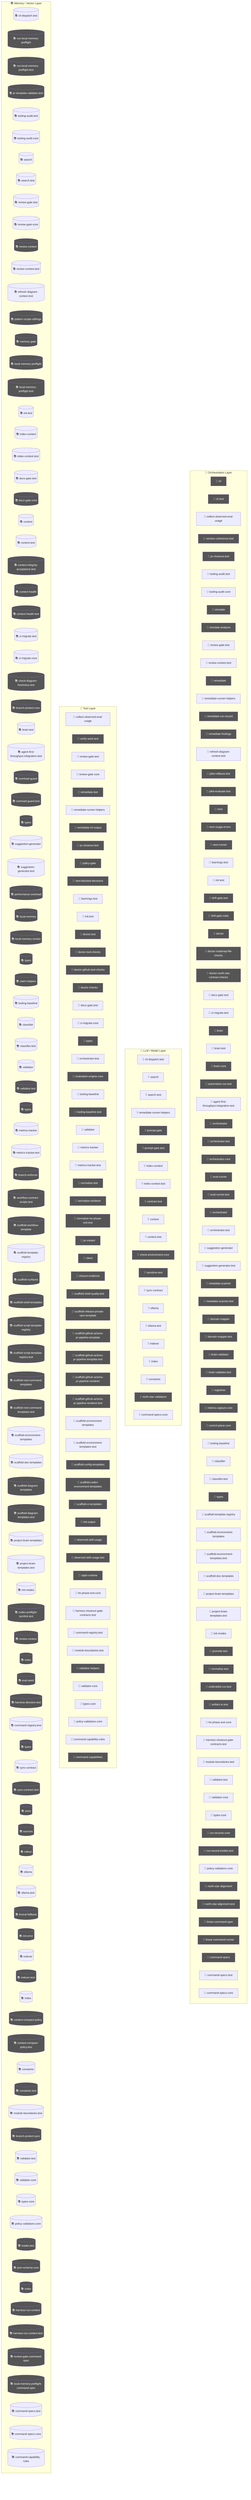
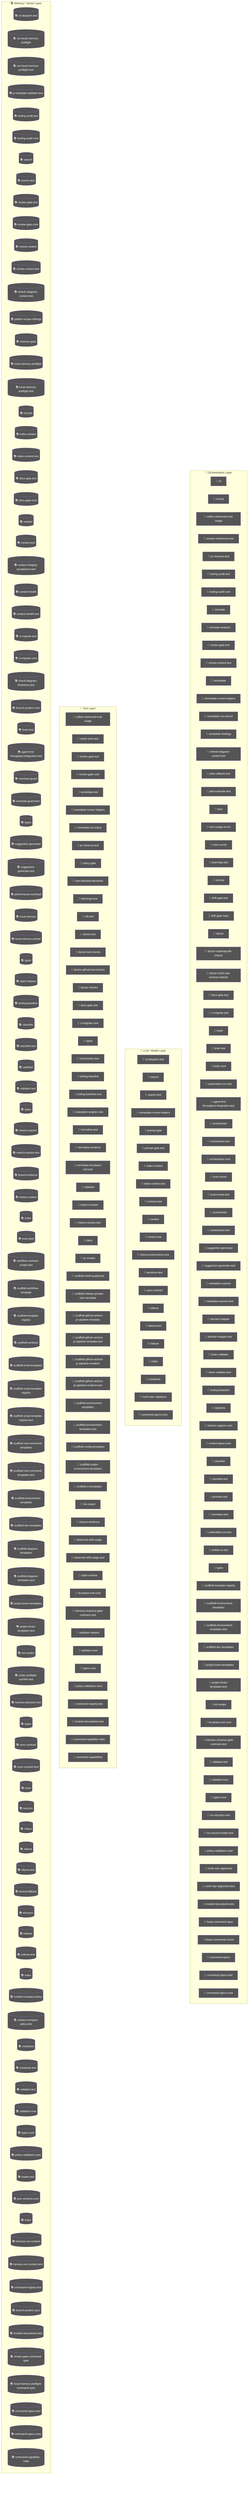
flowchart TD
  subgraph Orchestration["🎯 Orchestration Layer"]
    cli_99bb8840["🤖 cli"]
    cli_test_4851f28b["🤖 cli.test"]
    node_agent_mmd_orchestration_layer_orchestration_coll_37781291["🤖 collect-observed-eval-usage"]
    version_coherence_test_b81c6d8e["🤖 version-coherence.test"]
    pr_closeout_test_12a1ffdd["🤖 pr-closeout.test"]
    node_agent_mmd_orchestration_layer_orchestration_tool_5f9f8adf["🤖 tooling-audit.test"]
    node_agent_mmd_orchestration_layer_orchestration_tool_acfe0c01["🤖 tooling-audit-core"]
    simulate_b9efe395["🤖 simulate"]
    simulate_analysis_164a460c["🤖 simulate-analysis"]
    node_agent_mmd_orchestration_layer_orchestration_revi_ae9f100c["🤖 review-gate.test"]
    node_agent_mmd_orchestration_layer_orchestration_revi_84f25e5b["🤖 review-context.test"]
    remediate_06b9c7fc["🤖 remediate"]
    node_agent_mmd_orchestration_layer_orchestration_reme_359fe98f["🤖 remediate-runner-helpers"]
    remediate_run_record_9dfe5dc1["🤖 remediate-run-record"]
    remediate_findings_8b09c8c6["🤖 remediate-findings"]
    node_agent_mmd_orchestration_layer_orchestration_refr_10a87984["🤖 refresh-diagram-context.test"]
    pilot_rollback_test_e61d5a2b["🤖 pilot-rollback.test"]
    pilot_evaluate_test_a2ac06fc["🤖 pilot-evaluate.test"]
    next_c6c1c9a9["🤖 next"]
    next_usage_errors_837a345a["🤖 next-usage-errors"]
    next_runner_41643472["🤖 next-runner"]
    node_agent_mmd_orchestration_layer_orchestration_lear_5a2a5b08["🤖 learnings.test"]
    node_agent_mmd_orchestration_layer_orchestration_init_daf6ae1b["🤖 init.test"]
    drift_gate_test_816765e3["🤖 drift-gate.test"]
    drift_gate_rules_9685e72d["🤖 drift-gate-rules"]
    doctor_72f4be89["🤖 doctor"]
    doctor_roadmap_file_checks_14447b8e["🤖 doctor-roadmap-file-checks"]
    doctor_north_star_contract_checks_0048124c["🤖 doctor-north-star-contract-checks"]
    node_agent_mmd_orchestration_layer_orchestration_docs_22c7ae60["🤖 docs-gate.test"]
    node_agent_mmd_orchestration_layer_orchestration_ci_m_a6704d8b["🤖 ci-migrate.test"]
    brain_bbbf7a64["🤖 brain"]
    node_agent_mmd_orchestration_layer_orchestration_brai_9c019b6e["🤖 brain.test"]
    brain_core_aa07c380["🤖 brain-core"]
    automation_run_test_7b21d905["🤖 automation-run.test"]
    node_agent_mmd_orchestration_layer_orchestration_agen_eb715f44["🤖 agent-first-throughput.integration.test"]
    orchestrator_11376b7e["🤖 orchestrator"]
    orchestrator_test_18d2fe26["🤖 orchestrator.test"]
    orchestrator_core_d0678b53["🤖 orchestrator-core"]
    eval_runner_0966a6b3["🤖 eval-runner"]
    eval_runner_test_962c8c18["🤖 eval-runner.test"]
    orchestrator_1_6b7137c5["🤖 orchestrator"]
    node_agent_mmd_orchestration_layer_orchestration_orch_af4e7416["🤖 orchestrator.test"]
    node_agent_mmd_orchestration_layer_orchestration_sugg_85c5ebe3["🤖 suggestion-generator"]
    node_agent_mmd_orchestration_layer_orchestration_sugg_d0ad9d8e["🤖 suggestion-generator.test"]
    metadata_scanner_6a101b66["🤖 metadata-scanner"]
    metadata_scanner_test_faee743d["🤖 metadata-scanner.test"]
    domain_mapper_cd9333d2["🤖 domain-mapper"]
    domain_mapper_test_dc5a9896["🤖 domain-mapper.test"]
    brain_validator_be251832["🤖 brain-validator"]
    brain_validator_test_5e40cb72["🤖 brain-validator.test"]
+     node_agent_mmd_orchestration_layer_orchestration_tool_cc43149f["🤖 tooling-baseline"]
    registries_06402afa["🤖 registries"]
    metrics_capture_core_db4bf7cf["🤖 metrics-capture-core"]
    control_plane_core_db3b4cb2["🤖 control-plane-core"]
-     node_agent_mmd_orchestration_layer_orchestration_tool_cc43149f["🤖 tooling-baseline"]
    node_agent_mmd_orchestration_layer_orchestration_clas_899b821a["🤖 classifier"]
    node_agent_mmd_orchestration_layer_orchestration_clas_402e0b3f["🤖 classifier.test"]
+     promote_test_5c615269["🤖 promote.test"]
+     normalise_test_1_6643dd83["🤖 normalise.test"]
+     coderabbit_csv_test_1f36d0a4["🤖 coderabbit-csv.test"]
+     artifact_io_test_aac02da3["🤖 artifact-io.test"]
    types_15_86775c96["🤖 types"]
    node_agent_mmd_orchestration_layer_orchestration_scaf_ff8f92f6["🤖 scaffold-template-registry"]
    node_agent_mmd_orchestration_layer_orchestration_scaf_c9a90c2f["🤖 scaffold-environment-templates"]
    node_agent_mmd_orchestration_layer_orchestration_scaf_78d57a93["🤖 scaffold-environment-templates.test"]
    node_agent_mmd_orchestration_layer_orchestration_scaf_12cc07db["🤖 scaffold-doc-templates"]
    node_agent_mmd_orchestration_layer_orchestration_proj_6ab6f60f["🤖 project-brain-templates"]
    node_agent_mmd_orchestration_layer_orchestration_proj_d78b2f4f["🤖 project-brain-templates.test"]
    node_agent_mmd_orchestration_layer_orchestration_init_2a9c3ecb["🤖 init-modes"]
-     promote_test_5c615269["🤖 promote.test"]
-     normalise_test_1_6643dd83["🤖 normalise.test"]
-     coderabbit_csv_test_1f36d0a4["🤖 coderabbit-csv.test"]
-     artifact_io_test_aac02da3["🤖 artifact-io.test"]
    node_agent_mmd_orchestration_layer_orchestration_he_p_fc778c24["🤖 he-phase-exit-core"]
    node_agent_mmd_orchestration_layer_orchestration_harn_7761fad1["🤖 harness-closeout-gate-contracts.test"]
-     node_agent_mmd_orchestration_layer_orchestration_modu_72373e29["🤖 module-boundaries.test"]
    node_agent_mmd_orchestration_layer_orchestration_vali_a3b17e45["🤖 validator.test"]
    node_agent_mmd_orchestration_layer_orchestration_vali_d9fe99e6["🤖 validator-core"]
    node_agent_mmd_orchestration_layer_orchestration_type_7cf81261["🤖 types-core"]
    run_records_core_89286dfa["🤖 run-records-core"]
    run_record_emitter_test_5475c0da["🤖 run-record-emitter.test"]
    node_agent_mmd_orchestration_layer_orchestration_poli_3270b55d["🤖 policy-validators-core"]
    north_star_alignment_00440188["🤖 north-star-alignment"]
    north_star_alignment_test_3ae1d69b["🤖 north-star-alignment.test"]
+     node_agent_mmd_orchestration_layer_orchestration_modu_72373e29["🤖 module-boundaries.test"]
    linear_command_spec_1e12dd44["🤖 linear-command-spec"]
    linear_command_runner_4a740dfc["🤖 linear-command-runner"]
    command_specs_69167c63["🤖 command-specs"]
    node_agent_mmd_orchestration_layer_orchestration_comm_a137ef0a["🤖 command-specs.test"]
    node_agent_mmd_orchestration_layer_orchestration_comm_1f8cc24c["🤖 command-specs-core"]
  end
  subgraph LLMLayer["🧠 LLM / Model Layer"]
    node_agent_mmd_llm_model_layer_llmlayer_cli_dispatch__7ecbc6e7["💡 cli-dispatch.test"]
    node_agent_mmd_llm_model_layer_llmlayer_search_search_66b9a911["💡 search"]
    node_agent_mmd_llm_model_layer_llmlayer_search_test_s_72d50705["💡 search.test"]
    node_agent_mmd_llm_model_layer_llmlayer_remediate_run_9e3d4585["💡 remediate-runner-helpers"]
    prompt_gate_c5e9d207["💡 prompt-gate"]
    prompt_gate_test_1a442b27["💡 prompt-gate.test"]
    node_agent_mmd_llm_model_layer_llmlayer_index_context_1041bd11["💡 index-context"]
    node_agent_mmd_llm_model_layer_llmlayer_index_context_7e927b45["💡 index-context.test"]
    contract_test_2262847f["💡 contract.test"]
    node_agent_mmd_llm_model_layer_llmlayer_context_conte_ad2dfbd9["💡 context"]
    node_agent_mmd_llm_model_layer_llmlayer_context_test__32277db3["💡 context.test"]
    check_environment_core_2c16213f["💡 check-environment-core"]
    sensitive_text_7c11f760["💡 sensitive-text"]
    node_agent_mmd_llm_model_layer_llmlayer_sync_contract_9f3cc8c1["💡 sync-contract"]
    node_agent_mmd_llm_model_layer_llmlayer_ollama_ollama_968b23fa["💡 ollama"]
    node_agent_mmd_llm_model_layer_llmlayer_ollama_test_o_d62a0b5a["💡 ollama.test"]
    node_agent_mmd_llm_model_layer_llmlayer_indexer_index_4f4deef5["💡 indexer"]
    node_agent_mmd_llm_model_layer_llmlayer_index_index_1_02e160ff["💡 index"]
    node_agent_mmd_llm_model_layer_llmlayer_constants_con_c9bd3f6c["💡 constants"]
    north_star_validators_cfc926ce["💡 north-star-validators"]
    node_agent_mmd_llm_model_layer_llmlayer_command_specs_782af9fa["💡 command-specs-core"]
  end
  subgraph ToolLayer["🔧 Tool Layer"]
    node_agent_mmd_tool_layer_toollayer_collect_observed__f30f627d["🔧 collect-observed-eval-usage"]
    verify_work_test_0e12f6c5["🔧 verify-work.test"]
    node_agent_mmd_tool_layer_toollayer_review_gate_test__548e6c28["🔧 review-gate.test"]
    node_agent_mmd_tool_layer_toollayer_review_gate_core__7704598b["🔧 review-gate-core"]
    remediate_test_6f59cafe["🔧 remediate.test"]
    node_agent_mmd_tool_layer_toollayer_remediate_runner__c003b871["🔧 remediate-runner-helpers"]
    remediate_cli_output_cc165396["🔧 remediate-cli-output"]
    pr_closeout_test_1_be1a0df1["🔧 pr-closeout.test"]
    policy_gate_213f7313["🔧 policy-gate"]
    next_blocked_decisions_4140ad2b["🔧 next-blocked-decisions"]
    node_agent_mmd_tool_layer_toollayer_learnings_test_le_d61f175f["🔧 learnings.test"]
    node_agent_mmd_tool_layer_toollayer_init_test_init_te_ae014ee3["🔧 init.test"]
    doctor_test_e032e8b5["🔧 doctor.test"]
    doctor_tool_checks_4acac51a["🔧 doctor-tool-checks"]
    doctor_github_tool_checks_a53b0382["🔧 doctor-github-tool-checks"]
    doctor_checks_5a2eb2b9["🔧 doctor-checks"]
    node_agent_mmd_tool_layer_toollayer_docs_gate_test_do_ca0c4c21["🔧 docs-gate.test"]
    node_agent_mmd_tool_layer_toollayer_ci_migrate_core_c_049f8460["🔧 ci-migrate-core"]
-     types_2_d9bc6e7a["🔧 types"]
+     types_1_4ecdf56e["🔧 types"]
    node_agent_mmd_tool_layer_toollayer_orchestrator_test_b563c528["🔧 orchestrator.test"]
-     evaluation_engine_core_e054fe49["🔧 evaluation-engine-core"]
    node_agent_mmd_tool_layer_toollayer_tooling_baseline__61e66e9f["🔧 tooling-baseline"]
    tooling_baseline_test_d272ddb6["🔧 tooling-baseline.test"]
+     evaluation_engine_core_e054fe49["🔧 evaluation-engine-core"]
+     normalise_test_73e8a615["🔧 normalise.test"]
+     normalise_renderer_85f2e563["🔧 normalise-renderer"]
+     normalise_he_phase_exit_test_1788efc4["🔧 normalise-he-phase-exit.test"]
    node_agent_mmd_tool_layer_toollayer_validator_validat_96a84a52["🔧 validator"]
    node_agent_mmd_tool_layer_toollayer_metrics_tracker_m_4c9237d8["🔧 metrics-tracker"]
    node_agent_mmd_tool_layer_toollayer_metrics_tracker_t_8947b778["🔧 metrics-tracker.test"]
-     normalise_test_73e8a615["🔧 normalise.test"]
-     normalise_renderer_85f2e563["🔧 normalise-renderer"]
-     normalise_he_phase_exit_test_1788efc4["🔧 normalise-he-phase-exit.test"]
+     client_1_914e1681["🔧 client"]
    pr_creator_dc6b1ea4["🔧 pr-creator"]
-     client_1_914e1681["🔧 client"]
-     closure_evidence_aaa31467["🔧 closure-evidence"]
    scaffold_shell_quality_test_79567d03["🔧 scaffold-shell-quality.test"]
    scaffold_release_private_npm_template_075499f8["🔧 scaffold-release-private-npm-template"]
    scaffold_github_actions_pr_pipeline_template_e2b85f62["🔧 scaffold-github-actions-pr-pipeline-template"]
    scaffold_github_actions_pr_pipeline_template_test_be464a7b["🔧 scaffold-github-actions-pr-pipeline-template.test"]
    scaffold_github_actions_pr_pipeline_renderer_1ee18de5["🔧 scaffold-github-actions-pr-pipeline-renderer"]
    scaffold_github_actions_pr_pipeline_renderer_test_2cc38272["🔧 scaffold-github-actions-pr-pipeline-renderer.test"]
    node_agent_mmd_tool_layer_toollayer_scaffold_environm_c1afc013["🔧 scaffold-environment-templates"]
    node_agent_mmd_tool_layer_toollayer_scaffold_environm_1a8f8168["🔧 scaffold-environment-templates.test"]
    scaffold_config_templates_4b80ce53["🔧 scaffold-config-templates"]
    scaffold_codex_environment_templates_334fbbed["🔧 scaffold-codex-environment-templates"]
    scaffold_ci_templates_2afd6392["🔧 scaffold-ci-templates"]
    init_output_360dce91["🔧 init-output"]
+     closure_evidence_aaa31467["🔧 closure-evidence"]
    observed_skill_usage_ed7d5930["🔧 observed-skill-usage"]
    observed_skill_usage_test_311c215a["🔧 observed-skill-usage.test"]
    ralph_runtime_73d63c0e["🔧 ralph-runtime"]
    node_agent_mmd_tool_layer_toollayer_he_phase_exit_cor_af016160["🔧 he-phase-exit-core"]
    node_agent_mmd_tool_layer_toollayer_harness_closeout__df9d1dab["🔧 harness-closeout-gate-contracts.test"]
-     node_agent_mmd_tool_layer_toollayer_command_registry__cce57abe["🔧 command-registry.test"]
-     node_agent_mmd_tool_layer_toollayer_module_boundaries_fecf90b5["🔧 module-boundaries.test"]
    validator_helpers_7b927667["🔧 validator-helpers"]
    node_agent_mmd_tool_layer_toollayer_validator_core_va_6ef6131f["🔧 validator-core"]
    node_agent_mmd_tool_layer_toollayer_types_core_types__6c8319b6["🔧 types-core"]
    node_agent_mmd_tool_layer_toollayer_policy_validators_af136abf["🔧 policy-validators-core"]
+     node_agent_mmd_tool_layer_toollayer_command_registry__cce57abe["🔧 command-registry.test"]
+     node_agent_mmd_tool_layer_toollayer_module_boundaries_fecf90b5["🔧 module-boundaries.test"]
    node_agent_mmd_tool_layer_toollayer_command_capabilit_e97a4615["🔧 command-capability-rules"]
    command_capabilities_a4d5c71e["🔧 command-capabilities"]
  end
  subgraph MemoryLayer["📚 Memory / Vector Layer"]
    node_agent_mmd_memory_vector_layer_memorylayer_cli_di_c121353b[("📚 cli-dispatch.test")]
    run_local_memory_preflight_36e92808[("📚 run-local-memory-preflight")]
    run_local_memory_preflight_test_1d7c5aa0[("📚 run-local-memory-preflight.test")]
    pr_template_validator_test_569b1cef[("📚 pr-template-validator.test")]
    node_agent_mmd_memory_vector_layer_memorylayer_toolin_48be0fc9[("📚 tooling-audit.test")]
    node_agent_mmd_memory_vector_layer_memorylayer_toolin_a1185b8f[("📚 tooling-audit-core")]
    node_agent_mmd_memory_vector_layer_memorylayer_search_ac35cb7e[("📚 search")]
    node_agent_mmd_memory_vector_layer_memorylayer_search_ebbe6c53[("📚 search.test")]
    node_agent_mmd_memory_vector_layer_memorylayer_review_e0e0b257[("📚 review-gate.test")]
    node_agent_mmd_memory_vector_layer_memorylayer_review_5bee9816[("📚 review-gate-core")]
    review_context_ca6cf81d[("📚 review-context")]
    node_agent_mmd_memory_vector_layer_memorylayer_review_3255d3cf[("📚 review-context.test")]
    node_agent_mmd_memory_vector_layer_memorylayer_refres_b1a0f415[("📚 refresh-diagram-context.test")]
    pattern_scope_siblings_43abe000[("📚 pattern-scope-siblings")]
    memory_gate_a577a506[("📚 memory-gate")]
    local_memory_preflight_dcc36c42[("📚 local-memory-preflight")]
    local_memory_preflight_test_5e323bbf[("📚 local-memory-preflight.test")]
    node_agent_mmd_memory_vector_layer_memorylayer_init_t_bac0fb9d[("📚 init.test")]
    node_agent_mmd_memory_vector_layer_memorylayer_index__6f3402d0[("📚 index-context")]
    node_agent_mmd_memory_vector_layer_memorylayer_index__46fc46d7[("📚 index-context.test")]
    node_agent_mmd_memory_vector_layer_memorylayer_docs_g_2ab7a620[("📚 docs-gate.test")]
    docs_gate_core_eb9b6c18[("📚 docs-gate-core")]
    node_agent_mmd_memory_vector_layer_memorylayer_contex_78ceaaa9[("📚 context")]
    node_agent_mmd_memory_vector_layer_memorylayer_contex_4e7cab00[("📚 context.test")]
    context_integrity_acceptance_test_59f961b1[("📚 context-integrity-acceptance.test")]
    context_health_80bb7da9[("📚 context-health")]
    context_health_test_3b5b87f3[("📚 context-health.test")]
    node_agent_mmd_memory_vector_layer_memorylayer_ci_mig_df76706f[("📚 ci-migrate.test")]
    node_agent_mmd_memory_vector_layer_memorylayer_ci_mig_0cd5b1a4[("📚 ci-migrate-core")]
    check_diagram_freshness_test_c1dc40aa[("📚 check-diagram-freshness.test")]
    branch_protect_core_a8feb0fd[("📚 branch-protect-core")]
    node_agent_mmd_memory_vector_layer_memorylayer_brain__80b5ea48[("📚 brain.test")]
    node_agent_mmd_memory_vector_layer_memorylayer_agent__6f084ab8[("📚 agent-first-throughput.integration.test")]
    overload_guard_2748c559[("📚 overload-guard")]
    overload_guard_test_6ece9f86[("📚 overload-guard.test")]
-     types_4_822d0f88[("📚 types")]
+     types_3_9675d69b[("📚 types")]
    node_agent_mmd_memory_vector_layer_memorylayer_sugges_267f408d[("📚 suggestion-generator")]
    node_agent_mmd_memory_vector_layer_memorylayer_sugges_b043d150[("📚 suggestion-generator.test")]
    performance_overload_c685bfcf[("📚 performance-overload")]
    local_memory_0db17ecc[("📚 local-memory")]
    local_memory_smoke_1175abfc[("📚 local-memory-smoke")]
-     types_10_75e5a4a0[("📚 types")]
+     types_8_f6283648[("📚 types")]
    claim_helpers_20dc8387[("📚 claim-helpers")]
    node_agent_mmd_memory_vector_layer_memorylayer_toolin_14f86b00[("📚 tooling-baseline")]
    node_agent_mmd_memory_vector_layer_memorylayer_classi_1ebbf5ff[("📚 classifier")]
    node_agent_mmd_memory_vector_layer_memorylayer_classi_58e617e7[("📚 classifier.test")]
    node_agent_mmd_memory_vector_layer_memorylayer_valida_1b167f63[("📚 validator")]
    validator_test_1_c5015ca0[("📚 validator.test")]
-     types_11_4be3ee64[("📚 types")]
+     types_12_2b09659a[("📚 types")]
    node_agent_mmd_memory_vector_layer_memorylayer_metric_12562178[("📚 metrics-tracker")]
    node_agent_mmd_memory_vector_layer_memorylayer_metric_74129788[("📚 metrics-tracker.test")]
    branch_enforcer_acb749cd[("📚 branch-enforcer")]
+     review_context_1_e3afed15[("📚 review-context")]
+     index_2_10143590[("📚 index")]
+     eval_seed_5699fd3e[("📚 eval-seed")]
    workflow_contract_scripts_test_681e2e3c[("📚 workflow-contract-scripts.test")]
    scaffold_workflow_template_92310587[("📚 scaffold-workflow-template")]
    node_agent_mmd_memory_vector_layer_memorylayer_scaffo_a86eece1[("📚 scaffold-template-registry")]
    scaffold_surfaces_12d6494e[("📚 scaffold-surfaces")]
    scaffold_shell_templates_0ad0f915[("📚 scaffold-shell-templates")]
    scaffold_script_template_registry_69312d4e[("📚 scaffold-script-template-registry")]
    scaffold_script_template_registry_test_6a8ebefe[("📚 scaffold-script-template-registry.test")]
    scaffold_root_command_templates_404fed7f[("📚 scaffold-root-command-templates")]
    scaffold_root_command_templates_test_14596939[("📚 scaffold-root-command-templates.test")]
    node_agent_mmd_memory_vector_layer_memorylayer_scaffo_12b42341[("📚 scaffold-environment-templates")]
    node_agent_mmd_memory_vector_layer_memorylayer_scaffo_5fd73b94[("📚 scaffold-doc-templates")]
    scaffold_diagram_templates_dd88e83c[("📚 scaffold-diagram-templates")]
    scaffold_diagram_templates_test_f3774c28[("📚 scaffold-diagram-templates.test")]
    node_agent_mmd_memory_vector_layer_memorylayer_projec_3ae304d9[("📚 project-brain-templates")]
    node_agent_mmd_memory_vector_layer_memorylayer_projec_6048335b[("📚 project-brain-templates.test")]
    node_agent_mmd_memory_vector_layer_memorylayer_init_m_333d02c5[("📚 init-modes")]
    codex_preflight_symlink_test_037558db[("📚 codex-preflight-symlink.test")]
-     review_context_1_e3afed15[("📚 review-context")]
-     index_4_013aa0e3[("📚 index")]
-     eval_seed_5699fd3e[("📚 eval-seed")]
    harness_decision_test_7e5a4fe5[("📚 harness-decision.test")]
-     node_agent_mmd_memory_vector_layer_memorylayer_comman_362247bb[("📚 command-registry.test")]
    types_18_37582e2a[("📚 types")]
    node_agent_mmd_memory_vector_layer_memorylayer_sync_c_e43418bc[("📚 sync-contract")]
    sync_contract_test_5dc3165c[("📚 sync-contract.test")]
    store_824d80d7[("📚 store")]
    sources_1_e133d97d[("📚 sources")]
    rollout_a4fa034c[("📚 rollout")]
    node_agent_mmd_memory_vector_layer_memorylayer_ollama_6d51be16[("📚 ollama")]
    node_agent_mmd_memory_vector_layer_memorylayer_ollama_d800c0c4[("📚 ollama.test")]
    lexical_fallback_723e2b3e[("📚 lexical-fallback")]
    init_error_5c7dd49f[("📚 init-error")]
    node_agent_mmd_memory_vector_layer_memorylayer_indexe_93e6d86f[("📚 indexer")]
    indexer_test_d492f0aa[("📚 indexer.test")]
    node_agent_mmd_memory_vector_layer_memorylayer_index__752bc61e[("📚 index")]
    context_compact_policy_3dcaf95d[("📚 context-compact-policy")]
    context_compact_policy_test_da148267[("📚 context-compact-policy.test")]
    node_agent_mmd_memory_vector_layer_memorylayer_consta_702d3f46[("📚 constants")]
    constants_test_5492ae98[("📚 constants.test")]
-     node_agent_mmd_memory_vector_layer_memorylayer_module_9bfd18b1[("📚 module-boundaries.test")]
-     branch_protect_sync_570adb18[("📚 branch-protect-sync")]
    node_agent_mmd_memory_vector_layer_memorylayer_valida_caacfcdf[("📚 validator.test")]
    node_agent_mmd_memory_vector_layer_memorylayer_valida_41034356[("📚 validator-core")]
    node_agent_mmd_memory_vector_layer_memorylayer_types__83f369fa[("📚 types-core")]
    node_agent_mmd_memory_vector_layer_memorylayer_policy_1944de42[("📚 policy-validators-core")]
    loader_test_03424671[("📚 loader.test")]
    json_schema_core_96d7e328[("📚 json-schema-core")]
    index_6_fc9e91e2[("📚 index")]
    harness_run_context_ac7c77a9[("📚 harness-run-context")]
    harness_run_context_test_c6937fed[("📚 harness-run-context.test")]
+     node_agent_mmd_memory_vector_layer_memorylayer_comman_362247bb[("📚 command-registry.test")]
+     branch_protect_sync_570adb18[("📚 branch-protect-sync")]
+     node_agent_mmd_memory_vector_layer_memorylayer_module_9bfd18b1[("📚 module-boundaries.test")]
    review_gate_command_spec_3187376a[("📚 review-gate-command-spec")]
    local_memory_preflight_command_spec_9e23f3ce[("📚 local-memory-preflight-command-spec")]
    node_agent_mmd_memory_vector_layer_memorylayer_comman_d36d1650[("📚 command-specs.test")]
    node_agent_mmd_memory_vector_layer_memorylayer_comman_111eb454[("📚 command-specs-core")]
    node_agent_mmd_memory_vector_layer_memorylayer_comman_c72a5d05[("📚 command-capability-rules")]
  end
  classDef agentNode fill:#555,color:#fff
-   class cli_99bb8840,cli_test_4851f28b,collect_observed_eval_usage_1724425c,version_coherence_test_b81c6d8e,pr_closeout_test_12a1ffdd,tooling_audit_test_d2aee28c,tooling_audit_core_328d6a41,simulate_b9efe395,simulate_analysis_164a460c,review_gate_test_000e2ed6,review_context_test_89806d6c,remediate_06b9c7fc,remediate_runner_helpers_929fedcc,remediate_run_record_9dfe5dc1,remediate_findings_8b09c8c6,refresh_diagram_context_test_03bf21c4,pilot_rollback_test_e61d5a2b,pilot_evaluate_test_a2ac06fc,next_c6c1c9a9,next_usage_errors_837a345a,next_runner_41643472,learnings_test_e45e0253,init_test_cbba76a6,drift_gate_test_816765e3,drift_gate_rules_9685e72d,doctor_72f4be89,doctor_roadmap_file_checks_14447b8e,doctor_north_star_contract_checks_0048124c,docs_gate_test_a25e972f,ci_migrate_test_2a015bb9,brain_bbbf7a64,brain_test_428d4d67,brain_core_aa07c380,automation_run_test_7b21d905,agent_first_throughput_integration_test_dc677cc4,orchestrator_11376b7e,orchestrator_test_18d2fe26,orchestrator_core_d0678b53,eval_runner_0966a6b3,eval_runner_test_962c8c18,orchestrator_1_6b7137c5,orchestrator_test_1_c291cde7,suggestion_generator_0956f794,suggestion_generator_test_f68e9892,metadata_scanner_6a101b66,metadata_scanner_test_faee743d,domain_mapper_cd9333d2,domain_mapper_test_dc5a9896,brain_validator_be251832,brain_validator_test_5e40cb72,registries_06402afa,metrics_capture_core_db4bf7cf,control_plane_core_db3b4cb2,tooling_baseline_50ab2eeb,classifier_fe1991a9,classifier_test_3859cceb,types_15_86775c96,scaffold_template_registry_b1cce2aa,scaffold_environment_templates_c1ceba6a,scaffold_environment_templates_test_b31b6a0c,scaffold_doc_templates_f6152330,project_brain_templates_7ef51530,project_brain_templates_test_0b6509f2,init_modes_c05ceb07,promote_test_5c615269,normalise_test_1_6643dd83,coderabbit_csv_test_1f36d0a4,artifact_io_test_aac02da3,he_phase_exit_core_1148895b,harness_closeout_gate_contracts_test_db1c74a7,module_boundaries_test_c0caf46b,validator_test_5_2bb3219d,validator_core_1_1518647e,types_core_1_8bd0f8fd,run_records_core_89286dfa,run_record_emitter_test_5475c0da,policy_validators_core_714a3fe7,north_star_alignment_00440188,north_star_alignment_test_3ae1d69b,linear_command_spec_1e12dd44,linear_command_runner_4a740dfc,command_specs_69167c63,command_specs_test_7f693e85,command_specs_core_1c0ffc99 agentNode
+   class cli_99bb8840,cli_test_4851f28b,node_agent_mmd_orchestration_layer_orchestration_coll_37781291,node_agent_mmd_tool_layer_toollayer_collect_observed__f30f627d,version_coherence_test_b81c6d8e,pr_closeout_test_12a1ffdd,node_agent_mmd_orchestration_layer_orchestration_tool_5f9f8adf,node_agent_mmd_memory_vector_layer_memorylayer_toolin_48be0fc9,node_agent_mmd_orchestration_layer_orchestration_tool_acfe0c01,node_agent_mmd_memory_vector_layer_memorylayer_toolin_a1185b8f,simulate_b9efe395,simulate_analysis_164a460c,node_agent_mmd_orchestration_layer_orchestration_revi_ae9f100c,node_agent_mmd_tool_layer_toollayer_review_gate_test__548e6c28,node_agent_mmd_memory_vector_layer_memorylayer_review_e0e0b257,node_agent_mmd_orchestration_layer_orchestration_revi_84f25e5b,node_agent_mmd_memory_vector_layer_memorylayer_review_3255d3cf,remediate_06b9c7fc,node_agent_mmd_orchestration_layer_orchestration_reme_359fe98f,node_agent_mmd_llm_model_layer_llmlayer_remediate_run_9e3d4585,node_agent_mmd_tool_layer_toollayer_remediate_runner__c003b871,remediate_run_record_9dfe5dc1,remediate_findings_8b09c8c6,node_agent_mmd_orchestration_layer_orchestration_refr_10a87984,node_agent_mmd_memory_vector_layer_memorylayer_refres_b1a0f415,pilot_rollback_test_e61d5a2b,pilot_evaluate_test_a2ac06fc,next_c6c1c9a9,next_usage_errors_837a345a,next_runner_41643472,node_agent_mmd_orchestration_layer_orchestration_lear_5a2a5b08,node_agent_mmd_tool_layer_toollayer_learnings_test_le_d61f175f,node_agent_mmd_orchestration_layer_orchestration_init_daf6ae1b,node_agent_mmd_tool_layer_toollayer_init_test_init_te_ae014ee3,node_agent_mmd_memory_vector_layer_memorylayer_init_t_bac0fb9d,drift_gate_test_816765e3,drift_gate_rules_9685e72d,doctor_72f4be89,doctor_roadmap_file_checks_14447b8e,doctor_north_star_contract_checks_0048124c,node_agent_mmd_orchestration_layer_orchestration_docs_22c7ae60,node_agent_mmd_tool_layer_toollayer_docs_gate_test_do_ca0c4c21,node_agent_mmd_memory_vector_layer_memorylayer_docs_g_2ab7a620,node_agent_mmd_orchestration_layer_orchestration_ci_m_a6704d8b,node_agent_mmd_memory_vector_layer_memorylayer_ci_mig_df76706f,brain_bbbf7a64,node_agent_mmd_orchestration_layer_orchestration_brai_9c019b6e,node_agent_mmd_memory_vector_layer_memorylayer_brain__80b5ea48,brain_core_aa07c380,automation_run_test_7b21d905,node_agent_mmd_orchestration_layer_orchestration_agen_eb715f44,node_agent_mmd_memory_vector_layer_memorylayer_agent__6f084ab8,orchestrator_11376b7e,orchestrator_test_18d2fe26,orchestrator_core_d0678b53,eval_runner_0966a6b3,eval_runner_test_962c8c18,orchestrator_1_6b7137c5,node_agent_mmd_orchestration_layer_orchestration_orch_af4e7416,node_agent_mmd_tool_layer_toollayer_orchestrator_test_b563c528,node_agent_mmd_orchestration_layer_orchestration_sugg_85c5ebe3,node_agent_mmd_memory_vector_layer_memorylayer_sugges_267f408d,node_agent_mmd_orchestration_layer_orchestration_sugg_d0ad9d8e,node_agent_mmd_memory_vector_layer_memorylayer_sugges_b043d150,metadata_scanner_6a101b66,metadata_scanner_test_faee743d,domain_mapper_cd9333d2,domain_mapper_test_dc5a9896,brain_validator_be251832,brain_validator_test_5e40cb72,node_agent_mmd_orchestration_layer_orchestration_tool_cc43149f,node_agent_mmd_tool_layer_toollayer_tooling_baseline__61e66e9f,node_agent_mmd_memory_vector_layer_memorylayer_toolin_14f86b00,registries_06402afa,metrics_capture_core_db4bf7cf,control_plane_core_db3b4cb2,node_agent_mmd_orchestration_layer_orchestration_clas_899b821a,node_agent_mmd_memory_vector_layer_memorylayer_classi_1ebbf5ff,node_agent_mmd_orchestration_layer_orchestration_clas_402e0b3f,node_agent_mmd_memory_vector_layer_memorylayer_classi_58e617e7,promote_test_5c615269,normalise_test_1_6643dd83,coderabbit_csv_test_1f36d0a4,artifact_io_test_aac02da3,types_15_86775c96,node_agent_mmd_orchestration_layer_orchestration_scaf_ff8f92f6,node_agent_mmd_memory_vector_layer_memorylayer_scaffo_a86eece1,node_agent_mmd_orchestration_layer_orchestration_scaf_c9a90c2f,node_agent_mmd_tool_layer_toollayer_scaffold_environm_c1afc013,node_agent_mmd_memory_vector_layer_memorylayer_scaffo_12b42341,node_agent_mmd_orchestration_layer_orchestration_scaf_78d57a93,node_agent_mmd_tool_layer_toollayer_scaffold_environm_1a8f8168,node_agent_mmd_orchestration_layer_orchestration_scaf_12cc07db,node_agent_mmd_memory_vector_layer_memorylayer_scaffo_5fd73b94,node_agent_mmd_orchestration_layer_orchestration_proj_6ab6f60f,node_agent_mmd_memory_vector_layer_memorylayer_projec_3ae304d9,node_agent_mmd_orchestration_layer_orchestration_proj_d78b2f4f,node_agent_mmd_memory_vector_layer_memorylayer_projec_6048335b,node_agent_mmd_orchestration_layer_orchestration_init_2a9c3ecb,node_agent_mmd_memory_vector_layer_memorylayer_init_m_333d02c5,node_agent_mmd_orchestration_layer_orchestration_he_p_fc778c24,node_agent_mmd_tool_layer_toollayer_he_phase_exit_cor_af016160,node_agent_mmd_orchestration_layer_orchestration_harn_7761fad1,node_agent_mmd_tool_layer_toollayer_harness_closeout__df9d1dab,node_agent_mmd_orchestration_layer_orchestration_vali_a3b17e45,node_agent_mmd_memory_vector_layer_memorylayer_valida_caacfcdf,node_agent_mmd_orchestration_layer_orchestration_vali_d9fe99e6,node_agent_mmd_tool_layer_toollayer_validator_core_va_6ef6131f,node_agent_mmd_memory_vector_layer_memorylayer_valida_41034356,node_agent_mmd_orchestration_layer_orchestration_type_7cf81261,node_agent_mmd_tool_layer_toollayer_types_core_types__6c8319b6,node_agent_mmd_memory_vector_layer_memorylayer_types__83f369fa,run_records_core_89286dfa,run_record_emitter_test_5475c0da,node_agent_mmd_orchestration_layer_orchestration_poli_3270b55d,node_agent_mmd_tool_layer_toollayer_policy_validators_af136abf,node_agent_mmd_memory_vector_layer_memorylayer_policy_1944de42,north_star_alignment_00440188,north_star_alignment_test_3ae1d69b,node_agent_mmd_orchestration_layer_orchestration_modu_72373e29,node_agent_mmd_tool_layer_toollayer_module_boundaries_fecf90b5,node_agent_mmd_memory_vector_layer_memorylayer_module_9bfd18b1,linear_command_spec_1e12dd44,linear_command_runner_4a740dfc,command_specs_69167c63,node_agent_mmd_orchestration_layer_orchestration_comm_a137ef0a,node_agent_mmd_memory_vector_layer_memorylayer_comman_d36d1650,node_agent_mmd_orchestration_layer_orchestration_comm_1f8cc24c,node_agent_mmd_llm_model_layer_llmlayer_command_specs_782af9fa,node_agent_mmd_memory_vector_layer_memorylayer_comman_111eb454 agentNode
  classDef llmNode fill:#555,color:#fff
-   class cli_dispatch_test_54c9f17b,search_24193290,search_test_0c66bc11,remediate_runner_helpers_929fedcc,prompt_gate_c5e9d207,prompt_gate_test_1a442b27,index_context_de3ed39d,index_context_test_1949ea6f,contract_test_2262847f,context_ea7792a2,context_test_57aad306,check_environment_core_2c16213f,sensitive_text_7c11f760,sync_contract_c79fa191,ollama_76e3c7bf,ollama_test_71f9750e,indexer_70fa78e5,index_5_522f772a,constants_7517017f,north_star_validators_cfc926ce,command_specs_core_1c0ffc99 llmNode
+   class node_agent_mmd_llm_model_layer_llmlayer_cli_dispatch__7ecbc6e7,node_agent_mmd_memory_vector_layer_memorylayer_cli_di_c121353b,node_agent_mmd_llm_model_layer_llmlayer_search_search_66b9a911,node_agent_mmd_memory_vector_layer_memorylayer_search_ac35cb7e,node_agent_mmd_llm_model_layer_llmlayer_search_test_s_72d50705,node_agent_mmd_memory_vector_layer_memorylayer_search_ebbe6c53,node_agent_mmd_orchestration_layer_orchestration_reme_359fe98f,node_agent_mmd_llm_model_layer_llmlayer_remediate_run_9e3d4585,node_agent_mmd_tool_layer_toollayer_remediate_runner__c003b871,prompt_gate_c5e9d207,prompt_gate_test_1a442b27,node_agent_mmd_llm_model_layer_llmlayer_index_context_1041bd11,node_agent_mmd_memory_vector_layer_memorylayer_index__6f3402d0,node_agent_mmd_llm_model_layer_llmlayer_index_context_7e927b45,node_agent_mmd_memory_vector_layer_memorylayer_index__46fc46d7,contract_test_2262847f,node_agent_mmd_llm_model_layer_llmlayer_context_conte_ad2dfbd9,node_agent_mmd_memory_vector_layer_memorylayer_contex_78ceaaa9,node_agent_mmd_llm_model_layer_llmlayer_context_test__32277db3,node_agent_mmd_memory_vector_layer_memorylayer_contex_4e7cab00,check_environment_core_2c16213f,sensitive_text_7c11f760,node_agent_mmd_llm_model_layer_llmlayer_sync_contract_9f3cc8c1,node_agent_mmd_memory_vector_layer_memorylayer_sync_c_e43418bc,node_agent_mmd_llm_model_layer_llmlayer_ollama_ollama_968b23fa,node_agent_mmd_memory_vector_layer_memorylayer_ollama_6d51be16,node_agent_mmd_llm_model_layer_llmlayer_ollama_test_o_d62a0b5a,node_agent_mmd_memory_vector_layer_memorylayer_ollama_d800c0c4,node_agent_mmd_llm_model_layer_llmlayer_indexer_index_4f4deef5,node_agent_mmd_memory_vector_layer_memorylayer_indexe_93e6d86f,node_agent_mmd_llm_model_layer_llmlayer_index_index_1_02e160ff,node_agent_mmd_memory_vector_layer_memorylayer_index__752bc61e,node_agent_mmd_llm_model_layer_llmlayer_constants_con_c9bd3f6c,node_agent_mmd_memory_vector_layer_memorylayer_consta_702d3f46,north_star_validators_cfc926ce,node_agent_mmd_orchestration_layer_orchestration_comm_1f8cc24c,node_agent_mmd_llm_model_layer_llmlayer_command_specs_782af9fa,node_agent_mmd_memory_vector_layer_memorylayer_comman_111eb454 llmNode
  classDef toolNode fill:#555,color:#fff
-   class collect_observed_eval_usage_1724425c,verify_work_test_0e12f6c5,review_gate_test_000e2ed6,review_gate_core_4c8001f9,remediate_test_6f59cafe,remediate_runner_helpers_929fedcc,remediate_cli_output_cc165396,pr_closeout_test_1_be1a0df1,policy_gate_213f7313,next_blocked_decisions_4140ad2b,learnings_test_e45e0253,init_test_cbba76a6,doctor_test_e032e8b5,doctor_tool_checks_4acac51a,doctor_github_tool_checks_a53b0382,doctor_checks_5a2eb2b9,docs_gate_test_a25e972f,ci_migrate_core_7005b5af,types_2_d9bc6e7a,orchestrator_test_1_c291cde7,evaluation_engine_core_e054fe49,tooling_baseline_50ab2eeb,tooling_baseline_test_d272ddb6,validator_1_0c0621d8,metrics_tracker_98cec29c,metrics_tracker_test_3de156fa,normalise_test_73e8a615,normalise_renderer_85f2e563,normalise_he_phase_exit_test_1788efc4,pr_creator_dc6b1ea4,client_1_914e1681,closure_evidence_aaa31467,scaffold_shell_quality_test_79567d03,scaffold_release_private_npm_template_075499f8,scaffold_github_actions_pr_pipeline_template_e2b85f62,scaffold_github_actions_pr_pipeline_template_test_be464a7b,scaffold_github_actions_pr_pipeline_renderer_1ee18de5,scaffold_github_actions_pr_pipeline_renderer_test_2cc38272,scaffold_environment_templates_c1ceba6a,scaffold_environment_templates_test_b31b6a0c,scaffold_config_templates_4b80ce53,scaffold_codex_environment_templates_334fbbed,scaffold_ci_templates_2afd6392,init_output_360dce91,observed_skill_usage_ed7d5930,observed_skill_usage_test_311c215a,ralph_runtime_73d63c0e,he_phase_exit_core_1148895b,harness_closeout_gate_contracts_test_db1c74a7,command_registry_test_0cf92cba,module_boundaries_test_c0caf46b,validator_helpers_7b927667,validator_core_1_1518647e,types_core_1_8bd0f8fd,policy_validators_core_714a3fe7,command_capability_rules_ca3f496a,command_capabilities_a4d5c71e toolNode
+   class node_agent_mmd_orchestration_layer_orchestration_coll_37781291,node_agent_mmd_tool_layer_toollayer_collect_observed__f30f627d,verify_work_test_0e12f6c5,node_agent_mmd_orchestration_layer_orchestration_revi_ae9f100c,node_agent_mmd_tool_layer_toollayer_review_gate_test__548e6c28,node_agent_mmd_memory_vector_layer_memorylayer_review_e0e0b257,node_agent_mmd_tool_layer_toollayer_review_gate_core__7704598b,node_agent_mmd_memory_vector_layer_memorylayer_review_5bee9816,remediate_test_6f59cafe,node_agent_mmd_orchestration_layer_orchestration_reme_359fe98f,node_agent_mmd_llm_model_layer_llmlayer_remediate_run_9e3d4585,node_agent_mmd_tool_layer_toollayer_remediate_runner__c003b871,remediate_cli_output_cc165396,pr_closeout_test_1_be1a0df1,policy_gate_213f7313,next_blocked_decisions_4140ad2b,node_agent_mmd_orchestration_layer_orchestration_lear_5a2a5b08,node_agent_mmd_tool_layer_toollayer_learnings_test_le_d61f175f,node_agent_mmd_orchestration_layer_orchestration_init_daf6ae1b,node_agent_mmd_tool_layer_toollayer_init_test_init_te_ae014ee3,node_agent_mmd_memory_vector_layer_memorylayer_init_t_bac0fb9d,doctor_test_e032e8b5,doctor_tool_checks_4acac51a,doctor_github_tool_checks_a53b0382,doctor_checks_5a2eb2b9,node_agent_mmd_orchestration_layer_orchestration_docs_22c7ae60,node_agent_mmd_tool_layer_toollayer_docs_gate_test_do_ca0c4c21,node_agent_mmd_memory_vector_layer_memorylayer_docs_g_2ab7a620,node_agent_mmd_tool_layer_toollayer_ci_migrate_core_c_049f8460,node_agent_mmd_memory_vector_layer_memorylayer_ci_mig_0cd5b1a4,types_1_4ecdf56e,node_agent_mmd_orchestration_layer_orchestration_orch_af4e7416,node_agent_mmd_tool_layer_toollayer_orchestrator_test_b563c528,node_agent_mmd_orchestration_layer_orchestration_tool_cc43149f,node_agent_mmd_tool_layer_toollayer_tooling_baseline__61e66e9f,node_agent_mmd_memory_vector_layer_memorylayer_toolin_14f86b00,tooling_baseline_test_d272ddb6,evaluation_engine_core_e054fe49,normalise_test_73e8a615,normalise_renderer_85f2e563,normalise_he_phase_exit_test_1788efc4,node_agent_mmd_tool_layer_toollayer_validator_validat_96a84a52,node_agent_mmd_memory_vector_layer_memorylayer_valida_1b167f63,node_agent_mmd_tool_layer_toollayer_metrics_tracker_m_4c9237d8,node_agent_mmd_memory_vector_layer_memorylayer_metric_12562178,node_agent_mmd_tool_layer_toollayer_metrics_tracker_t_8947b778,node_agent_mmd_memory_vector_layer_memorylayer_metric_74129788,client_1_914e1681,pr_creator_dc6b1ea4,scaffold_shell_quality_test_79567d03,scaffold_release_private_npm_template_075499f8,scaffold_github_actions_pr_pipeline_template_e2b85f62,scaffold_github_actions_pr_pipeline_template_test_be464a7b,scaffold_github_actions_pr_pipeline_renderer_1ee18de5,scaffold_github_actions_pr_pipeline_renderer_test_2cc38272,node_agent_mmd_orchestration_layer_orchestration_scaf_c9a90c2f,node_agent_mmd_tool_layer_toollayer_scaffold_environm_c1afc013,node_agent_mmd_memory_vector_layer_memorylayer_scaffo_12b42341,node_agent_mmd_orchestration_layer_orchestration_scaf_78d57a93,node_agent_mmd_tool_layer_toollayer_scaffold_environm_1a8f8168,scaffold_config_templates_4b80ce53,scaffold_codex_environment_templates_334fbbed,scaffold_ci_templates_2afd6392,init_output_360dce91,closure_evidence_aaa31467,observed_skill_usage_ed7d5930,observed_skill_usage_test_311c215a,ralph_runtime_73d63c0e,node_agent_mmd_orchestration_layer_orchestration_he_p_fc778c24,node_agent_mmd_tool_layer_toollayer_he_phase_exit_cor_af016160,node_agent_mmd_orchestration_layer_orchestration_harn_7761fad1,node_agent_mmd_tool_layer_toollayer_harness_closeout__df9d1dab,validator_helpers_7b927667,node_agent_mmd_orchestration_layer_orchestration_vali_d9fe99e6,node_agent_mmd_tool_layer_toollayer_validator_core_va_6ef6131f,node_agent_mmd_memory_vector_layer_memorylayer_valida_41034356,node_agent_mmd_orchestration_layer_orchestration_type_7cf81261,node_agent_mmd_tool_layer_toollayer_types_core_types__6c8319b6,node_agent_mmd_memory_vector_layer_memorylayer_types__83f369fa,node_agent_mmd_orchestration_layer_orchestration_poli_3270b55d,node_agent_mmd_tool_layer_toollayer_policy_validators_af136abf,node_agent_mmd_memory_vector_layer_memorylayer_policy_1944de42,node_agent_mmd_tool_layer_toollayer_command_registry__cce57abe,node_agent_mmd_memory_vector_layer_memorylayer_comman_362247bb,node_agent_mmd_orchestration_layer_orchestration_modu_72373e29,node_agent_mmd_tool_layer_toollayer_module_boundaries_fecf90b5,node_agent_mmd_memory_vector_layer_memorylayer_module_9bfd18b1,node_agent_mmd_tool_layer_toollayer_command_capabilit_e97a4615,node_agent_mmd_memory_vector_layer_memorylayer_comman_c72a5d05,command_capabilities_a4d5c71e toolNode
  classDef memNode fill:#555,color:#fff
-   class cli_dispatch_test_54c9f17b,run_local_memory_preflight_36e92808,run_local_memory_preflight_test_1d7c5aa0,pr_template_validator_test_569b1cef,tooling_audit_test_d2aee28c,tooling_audit_core_328d6a41,search_24193290,search_test_0c66bc11,review_gate_test_000e2ed6,review_gate_core_4c8001f9,review_context_ca6cf81d,review_context_test_89806d6c,refresh_diagram_context_test_03bf21c4,pattern_scope_siblings_43abe000,memory_gate_a577a506,local_memory_preflight_dcc36c42,local_memory_preflight_test_5e323bbf,init_test_cbba76a6,index_context_de3ed39d,index_context_test_1949ea6f,docs_gate_test_a25e972f,docs_gate_core_eb9b6c18,context_ea7792a2,context_test_57aad306,context_integrity_acceptance_test_59f961b1,context_health_80bb7da9,context_health_test_3b5b87f3,ci_migrate_test_2a015bb9,ci_migrate_core_7005b5af,check_diagram_freshness_test_c1dc40aa,branch_protect_core_a8feb0fd,brain_test_428d4d67,agent_first_throughput_integration_test_dc677cc4,overload_guard_2748c559,overload_guard_test_6ece9f86,types_4_822d0f88,suggestion_generator_0956f794,suggestion_generator_test_f68e9892,performance_overload_c685bfcf,local_memory_0db17ecc,local_memory_smoke_1175abfc,types_10_75e5a4a0,claim_helpers_20dc8387,tooling_baseline_50ab2eeb,classifier_fe1991a9,classifier_test_3859cceb,validator_1_0c0621d8,validator_test_1_c5015ca0,types_11_4be3ee64,metrics_tracker_98cec29c,metrics_tracker_test_3de156fa,branch_enforcer_acb749cd,workflow_contract_scripts_test_681e2e3c,scaffold_workflow_template_92310587,scaffold_template_registry_b1cce2aa,scaffold_surfaces_12d6494e,scaffold_shell_templates_0ad0f915,scaffold_script_template_registry_69312d4e,scaffold_script_template_registry_test_6a8ebefe,scaffold_root_command_templates_404fed7f,scaffold_root_command_templates_test_14596939,scaffold_environment_templates_c1ceba6a,scaffold_doc_templates_f6152330,scaffold_diagram_templates_dd88e83c,scaffold_diagram_templates_test_f3774c28,project_brain_templates_7ef51530,project_brain_templates_test_0b6509f2,init_modes_c05ceb07,codex_preflight_symlink_test_037558db,review_context_1_e3afed15,index_4_013aa0e3,eval_seed_5699fd3e,harness_decision_test_7e5a4fe5,command_registry_test_0cf92cba,types_18_37582e2a,sync_contract_c79fa191,sync_contract_test_5dc3165c,store_824d80d7,sources_1_e133d97d,rollout_a4fa034c,ollama_76e3c7bf,ollama_test_71f9750e,lexical_fallback_723e2b3e,init_error_5c7dd49f,indexer_70fa78e5,indexer_test_d492f0aa,index_5_522f772a,context_compact_policy_3dcaf95d,context_compact_policy_test_da148267,constants_7517017f,constants_test_5492ae98,module_boundaries_test_c0caf46b,branch_protect_sync_570adb18,validator_test_5_2bb3219d,validator_core_1_1518647e,types_core_1_8bd0f8fd,policy_validators_core_714a3fe7,loader_test_03424671,json_schema_core_96d7e328,index_6_fc9e91e2,harness_run_context_ac7c77a9,harness_run_context_test_c6937fed,review_gate_command_spec_3187376a,local_memory_preflight_command_spec_9e23f3ce,command_specs_test_7f693e85,command_specs_core_1c0ffc99,command_capability_rules_ca3f496a memNode
+   class node_agent_mmd_llm_model_layer_llmlayer_cli_dispatch__7ecbc6e7,node_agent_mmd_memory_vector_layer_memorylayer_cli_di_c121353b,run_local_memory_preflight_36e92808,run_local_memory_preflight_test_1d7c5aa0,pr_template_validator_test_569b1cef,node_agent_mmd_orchestration_layer_orchestration_tool_5f9f8adf,node_agent_mmd_memory_vector_layer_memorylayer_toolin_48be0fc9,node_agent_mmd_orchestration_layer_orchestration_tool_acfe0c01,node_agent_mmd_memory_vector_layer_memorylayer_toolin_a1185b8f,node_agent_mmd_llm_model_layer_llmlayer_search_search_66b9a911,node_agent_mmd_memory_vector_layer_memorylayer_search_ac35cb7e,node_agent_mmd_llm_model_layer_llmlayer_search_test_s_72d50705,node_agent_mmd_memory_vector_layer_memorylayer_search_ebbe6c53,node_agent_mmd_orchestration_layer_orchestration_revi_ae9f100c,node_agent_mmd_tool_layer_toollayer_review_gate_test__548e6c28,node_agent_mmd_memory_vector_layer_memorylayer_review_e0e0b257,node_agent_mmd_tool_layer_toollayer_review_gate_core__7704598b,node_agent_mmd_memory_vector_layer_memorylayer_review_5bee9816,review_context_ca6cf81d,node_agent_mmd_orchestration_layer_orchestration_revi_84f25e5b,node_agent_mmd_memory_vector_layer_memorylayer_review_3255d3cf,node_agent_mmd_orchestration_layer_orchestration_refr_10a87984,node_agent_mmd_memory_vector_layer_memorylayer_refres_b1a0f415,pattern_scope_siblings_43abe000,memory_gate_a577a506,local_memory_preflight_dcc36c42,local_memory_preflight_test_5e323bbf,node_agent_mmd_orchestration_layer_orchestration_init_daf6ae1b,node_agent_mmd_tool_layer_toollayer_init_test_init_te_ae014ee3,node_agent_mmd_memory_vector_layer_memorylayer_init_t_bac0fb9d,node_agent_mmd_llm_model_layer_llmlayer_index_context_1041bd11,node_agent_mmd_memory_vector_layer_memorylayer_index__6f3402d0,node_agent_mmd_llm_model_layer_llmlayer_index_context_7e927b45,node_agent_mmd_memory_vector_layer_memorylayer_index__46fc46d7,node_agent_mmd_orchestration_layer_orchestration_docs_22c7ae60,node_agent_mmd_tool_layer_toollayer_docs_gate_test_do_ca0c4c21,node_agent_mmd_memory_vector_layer_memorylayer_docs_g_2ab7a620,docs_gate_core_eb9b6c18,node_agent_mmd_llm_model_layer_llmlayer_context_conte_ad2dfbd9,node_agent_mmd_memory_vector_layer_memorylayer_contex_78ceaaa9,node_agent_mmd_llm_model_layer_llmlayer_context_test__32277db3,node_agent_mmd_memory_vector_layer_memorylayer_contex_4e7cab00,context_integrity_acceptance_test_59f961b1,context_health_80bb7da9,context_health_test_3b5b87f3,node_agent_mmd_orchestration_layer_orchestration_ci_m_a6704d8b,node_agent_mmd_memory_vector_layer_memorylayer_ci_mig_df76706f,node_agent_mmd_tool_layer_toollayer_ci_migrate_core_c_049f8460,node_agent_mmd_memory_vector_layer_memorylayer_ci_mig_0cd5b1a4,check_diagram_freshness_test_c1dc40aa,branch_protect_core_a8feb0fd,node_agent_mmd_orchestration_layer_orchestration_brai_9c019b6e,node_agent_mmd_memory_vector_layer_memorylayer_brain__80b5ea48,node_agent_mmd_orchestration_layer_orchestration_agen_eb715f44,node_agent_mmd_memory_vector_layer_memorylayer_agent__6f084ab8,overload_guard_2748c559,overload_guard_test_6ece9f86,types_3_9675d69b,node_agent_mmd_orchestration_layer_orchestration_sugg_85c5ebe3,node_agent_mmd_memory_vector_layer_memorylayer_sugges_267f408d,node_agent_mmd_orchestration_layer_orchestration_sugg_d0ad9d8e,node_agent_mmd_memory_vector_layer_memorylayer_sugges_b043d150,performance_overload_c685bfcf,local_memory_0db17ecc,local_memory_smoke_1175abfc,types_8_f6283648,claim_helpers_20dc8387,node_agent_mmd_orchestration_layer_orchestration_tool_cc43149f,node_agent_mmd_tool_layer_toollayer_tooling_baseline__61e66e9f,node_agent_mmd_memory_vector_layer_memorylayer_toolin_14f86b00,node_agent_mmd_orchestration_layer_orchestration_clas_899b821a,node_agent_mmd_memory_vector_layer_memorylayer_classi_1ebbf5ff,node_agent_mmd_orchestration_layer_orchestration_clas_402e0b3f,node_agent_mmd_memory_vector_layer_memorylayer_classi_58e617e7,node_agent_mmd_tool_layer_toollayer_validator_validat_96a84a52,node_agent_mmd_memory_vector_layer_memorylayer_valida_1b167f63,validator_test_1_c5015ca0,types_12_2b09659a,node_agent_mmd_tool_layer_toollayer_metrics_tracker_m_4c9237d8,node_agent_mmd_memory_vector_layer_memorylayer_metric_12562178,node_agent_mmd_tool_layer_toollayer_metrics_tracker_t_8947b778,node_agent_mmd_memory_vector_layer_memorylayer_metric_74129788,branch_enforcer_acb749cd,review_context_1_e3afed15,index_2_10143590,eval_seed_5699fd3e,workflow_contract_scripts_test_681e2e3c,scaffold_workflow_template_92310587,node_agent_mmd_orchestration_layer_orchestration_scaf_ff8f92f6,node_agent_mmd_memory_vector_layer_memorylayer_scaffo_a86eece1,scaffold_surfaces_12d6494e,scaffold_shell_templates_0ad0f915,scaffold_script_template_registry_69312d4e,scaffold_script_template_registry_test_6a8ebefe,scaffold_root_command_templates_404fed7f,scaffold_root_command_templates_test_14596939,node_agent_mmd_orchestration_layer_orchestration_scaf_c9a90c2f,node_agent_mmd_tool_layer_toollayer_scaffold_environm_c1afc013,node_agent_mmd_memory_vector_layer_memorylayer_scaffo_12b42341,node_agent_mmd_orchestration_layer_orchestration_scaf_12cc07db,node_agent_mmd_memory_vector_layer_memorylayer_scaffo_5fd73b94,scaffold_diagram_templates_dd88e83c,scaffold_diagram_templates_test_f3774c28,node_agent_mmd_orchestration_layer_orchestration_proj_6ab6f60f,node_agent_mmd_memory_vector_layer_memorylayer_projec_3ae304d9,node_agent_mmd_orchestration_layer_orchestration_proj_d78b2f4f,node_agent_mmd_memory_vector_layer_memorylayer_projec_6048335b,node_agent_mmd_orchestration_layer_orchestration_init_2a9c3ecb,node_agent_mmd_memory_vector_layer_memorylayer_init_m_333d02c5,codex_preflight_symlink_test_037558db,harness_decision_test_7e5a4fe5,types_18_37582e2a,node_agent_mmd_llm_model_layer_llmlayer_sync_contract_9f3cc8c1,node_agent_mmd_memory_vector_layer_memorylayer_sync_c_e43418bc,sync_contract_test_5dc3165c,store_824d80d7,sources_1_e133d97d,rollout_a4fa034c,node_agent_mmd_llm_model_layer_llmlayer_ollama_ollama_968b23fa,node_agent_mmd_memory_vector_layer_memorylayer_ollama_6d51be16,node_agent_mmd_llm_model_layer_llmlayer_ollama_test_o_d62a0b5a,node_agent_mmd_memory_vector_layer_memorylayer_ollama_d800c0c4,lexical_fallback_723e2b3e,init_error_5c7dd49f,node_agent_mmd_llm_model_layer_llmlayer_indexer_index_4f4deef5,node_agent_mmd_memory_vector_layer_memorylayer_indexe_93e6d86f,indexer_test_d492f0aa,node_agent_mmd_llm_model_layer_llmlayer_index_index_1_02e160ff,node_agent_mmd_memory_vector_layer_memorylayer_index__752bc61e,context_compact_policy_3dcaf95d,context_compact_policy_test_da148267,node_agent_mmd_llm_model_layer_llmlayer_constants_con_c9bd3f6c,node_agent_mmd_memory_vector_layer_memorylayer_consta_702d3f46,constants_test_5492ae98,node_agent_mmd_orchestration_layer_orchestration_vali_a3b17e45,node_agent_mmd_memory_vector_layer_memorylayer_valida_caacfcdf,node_agent_mmd_orchestration_layer_orchestration_vali_d9fe99e6,node_agent_mmd_tool_layer_toollayer_validator_core_va_6ef6131f,node_agent_mmd_memory_vector_layer_memorylayer_valida_41034356,node_agent_mmd_orchestration_layer_orchestration_type_7cf81261,node_agent_mmd_tool_layer_toollayer_types_core_types__6c8319b6,node_agent_mmd_memory_vector_layer_memorylayer_types__83f369fa,node_agent_mmd_orchestration_layer_orchestration_poli_3270b55d,node_agent_mmd_tool_layer_toollayer_policy_validators_af136abf,node_agent_mmd_memory_vector_layer_memorylayer_policy_1944de42,loader_test_03424671,json_schema_core_96d7e328,index_6_fc9e91e2,harness_run_context_ac7c77a9,harness_run_context_test_c6937fed,node_agent_mmd_tool_layer_toollayer_command_registry__cce57abe,node_agent_mmd_memory_vector_layer_memorylayer_comman_362247bb,branch_protect_sync_570adb18,node_agent_mmd_orchestration_layer_orchestration_modu_72373e29,node_agent_mmd_tool_layer_toollayer_module_boundaries_fecf90b5,node_agent_mmd_memory_vector_layer_memorylayer_module_9bfd18b1,review_gate_command_spec_3187376a,local_memory_preflight_command_spec_9e23f3ce,node_agent_mmd_orchestration_layer_orchestration_comm_a137ef0a,node_agent_mmd_memory_vector_layer_memorylayer_comman_d36d1650,node_agent_mmd_orchestration_layer_orchestration_comm_1f8cc24c,node_agent_mmd_llm_model_layer_llmlayer_command_specs_782af9fa,node_agent_mmd_memory_vector_layer_memorylayer_comman_111eb454,node_agent_mmd_tool_layer_toollayer_command_capabilit_e97a4615,node_agent_mmd_memory_vector_layer_memorylayer_comman_c72a5d05 memNode
